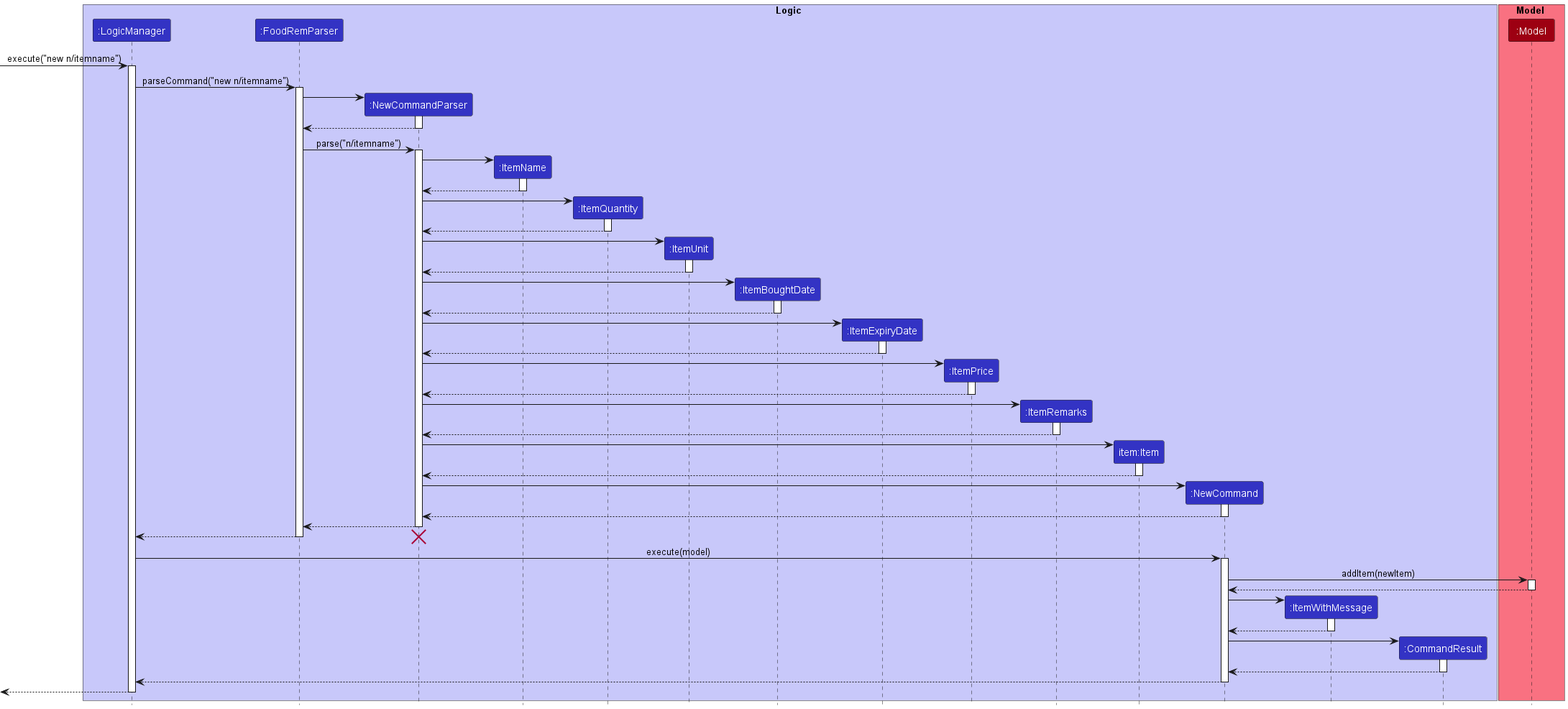
Earlier version of the PlantUML export docs/images/NewItemSequenceDiagram.png (nus-cs2103-AY2223S1/tp). The source it was exported from:
```plantuml
@startuml
!include style.puml

box Logic LOGIC_COLOR_T1
participant ":LogicManager" as LogicManager LOGIC_COLOR
participant ":FoodRemParser" as FoodRemParser LOGIC_COLOR
participant ":NewCommandParser" as NewCommandParser LOGIC_COLOR
participant ":ItemName" as ItemName LOGIC_COLOR
participant ":ItemQuantity" as ItemQuantity LOGIC_COLOR
participant ":ItemUnit" as ItemUnit LOGIC_COLOR
participant ":ItemBoughtDate" as ItemBoughtDate LOGIC_COLOR
participant ":ItemExpiryDate" as ItemExpiryDate LOGIC_COLOR
participant ":ItemPrice" as ItemPrice LOGIC_COLOR
participant ":ItemRemarks" as ItemRemarks LOGIC_COLOR
participant "item:Item" as Item LOGIC_COLOR
participant ":NewCommand" as NewCommand LOGIC_COLOR
participant ":ItemWithMessage" as ItemWithMessage LOGIC_COLOR
participant ":CommandResult" as CommandResult LOGIC_COLOR


end box

box Model MODEL_COLOR_T1
participant ":Model" as Model MODEL_COLOR
end box

[-> LogicManager : execute("new n/itemname")
activate LogicManager

LogicManager -> FoodRemParser : parseCommand("new n/itemname")
activate FoodRemParser

create NewCommandParser
FoodRemParser -> NewCommandParser
activate NewCommandParser

NewCommandParser --> FoodRemParser
deactivate NewCommandParser

FoodRemParser -> NewCommandParser : parse("n/itemname")
activate NewCommandParser

create ItemName
NewCommandParser -> ItemName
activate ItemName
ItemName --> NewCommandParser
deactivate ItemName

create ItemQuantity
NewCommandParser -> ItemQuantity
activate ItemQuantity
ItemQuantity --> NewCommandParser
deactivate ItemQuantity

create ItemUnit
NewCommandParser -> ItemUnit
activate ItemUnit
ItemUnit --> NewCommandParser
deactivate ItemUnit

create ItemBoughtDate
NewCommandParser -> ItemBoughtDate
activate ItemBoughtDate
ItemBoughtDate --> NewCommandParser
deactivate ItemBoughtDate

create ItemExpiryDate
NewCommandParser -> ItemExpiryDate
activate ItemExpiryDate
ItemExpiryDate --> NewCommandParser
deactivate ItemExpiryDate

create ItemPrice
NewCommandParser -> ItemPrice
activate ItemPrice
ItemPrice --> NewCommandParser
deactivate ItemPrice

create ItemRemarks
NewCommandParser -> ItemRemarks
activate ItemRemarks
ItemRemarks --> NewCommandParser
deactivate ItemRemarks

create Item
NewCommandParser -> Item
activate Item
Item --> NewCommandParser
deactivate Item

create NewCommand
NewCommandParser -> NewCommand
activate NewCommand
NewCommand --> NewCommandParser
deactivate NewCommand

NewCommandParser --> FoodRemParser
deactivate NewCommandParser

FoodRemParser --> LogicManager
deactivate FoodRemParser
destroy NewCommandParser

LogicManager -> NewCommand : execute(model)
activate NewCommand

NewCommand -> Model : addItem(newItem)
activate Model

Model --> NewCommand
deactivate Model

create ItemWithMessage
NewCommand -> ItemWithMessage
activate ItemWithMessage

ItemWithMessage --> NewCommand
deactivate ItemWithMessage

create CommandResult
NewCommand -> CommandResult
activate CommandResult

CommandResult --> NewCommand
deactivate CommandResult

NewCommand --> LogicManager
deactivate NewCommand

[<--LogicManager
deactivate LogicManager
@enduml
```
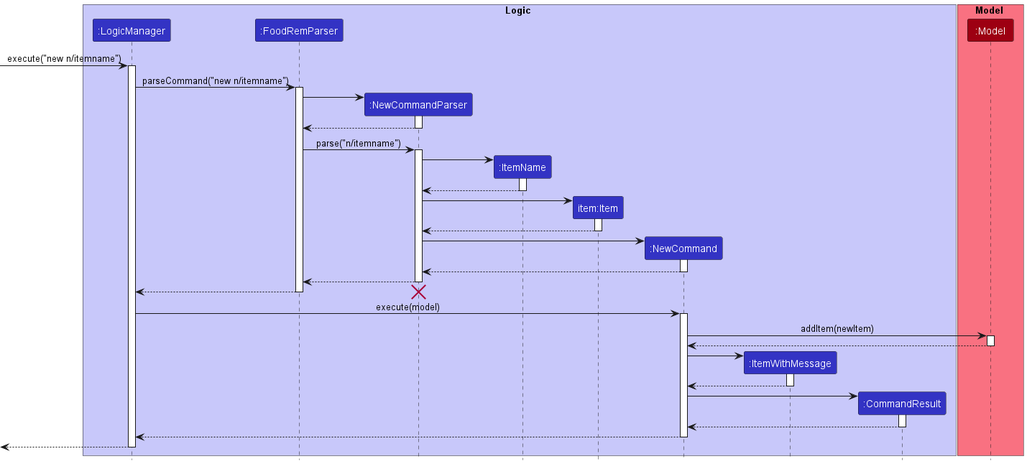
Above is the later version.

Commit message:
Remove redundant objects in UML diagram

What changed in the source:
```diff
@@ -6,12 +6,6 @@
 participant ":FoodRemParser" as FoodRemParser LOGIC_COLOR
 participant ":NewCommandParser" as NewCommandParser LOGIC_COLOR
 participant ":ItemName" as ItemName LOGIC_COLOR
-participant ":ItemQuantity" as ItemQuantity LOGIC_COLOR
-participant ":ItemUnit" as ItemUnit LOGIC_COLOR
-participant ":ItemBoughtDate" as ItemBoughtDate LOGIC_COLOR
-participant ":ItemExpiryDate" as ItemExpiryDate LOGIC_COLOR
-participant ":ItemPrice" as ItemPrice LOGIC_COLOR
-participant ":ItemRemarks" as ItemRemarks LOGIC_COLOR
 participant "item:Item" as Item LOGIC_COLOR
 participant ":NewCommand" as NewCommand LOGIC_COLOR
 participant ":ItemWithMessage" as ItemWithMessage LOGIC_COLOR
@@ -45,42 +39,6 @@
 activate ItemName
 ItemName --> NewCommandParser
 deactivate ItemName
-
-create ItemQuantity
-NewCommandParser -> ItemQuantity
-activate ItemQuantity
-ItemQuantity --> NewCommandParser
-deactivate ItemQuantity
-
-create ItemUnit
-NewCommandParser -> ItemUnit
-activate ItemUnit
-ItemUnit --> NewCommandParser
-deactivate ItemUnit
-
-create ItemBoughtDate
-NewCommandParser -> ItemBoughtDate
-activate ItemBoughtDate
-ItemBoughtDate --> NewCommandParser
-deactivate ItemBoughtDate
-
-create ItemExpiryDate
-NewCommandParser -> ItemExpiryDate
-activate ItemExpiryDate
-ItemExpiryDate --> NewCommandParser
-deactivate ItemExpiryDate
-
-create ItemPrice
-NewCommandParser -> ItemPrice
-activate ItemPrice
-ItemPrice --> NewCommandParser
-deactivate ItemPrice
-
-create ItemRemarks
-NewCommandParser -> ItemRemarks
-activate ItemRemarks
-ItemRemarks --> NewCommandParser
-deactivate ItemRemarks
 
 create Item
 NewCommandParser -> Item
```
